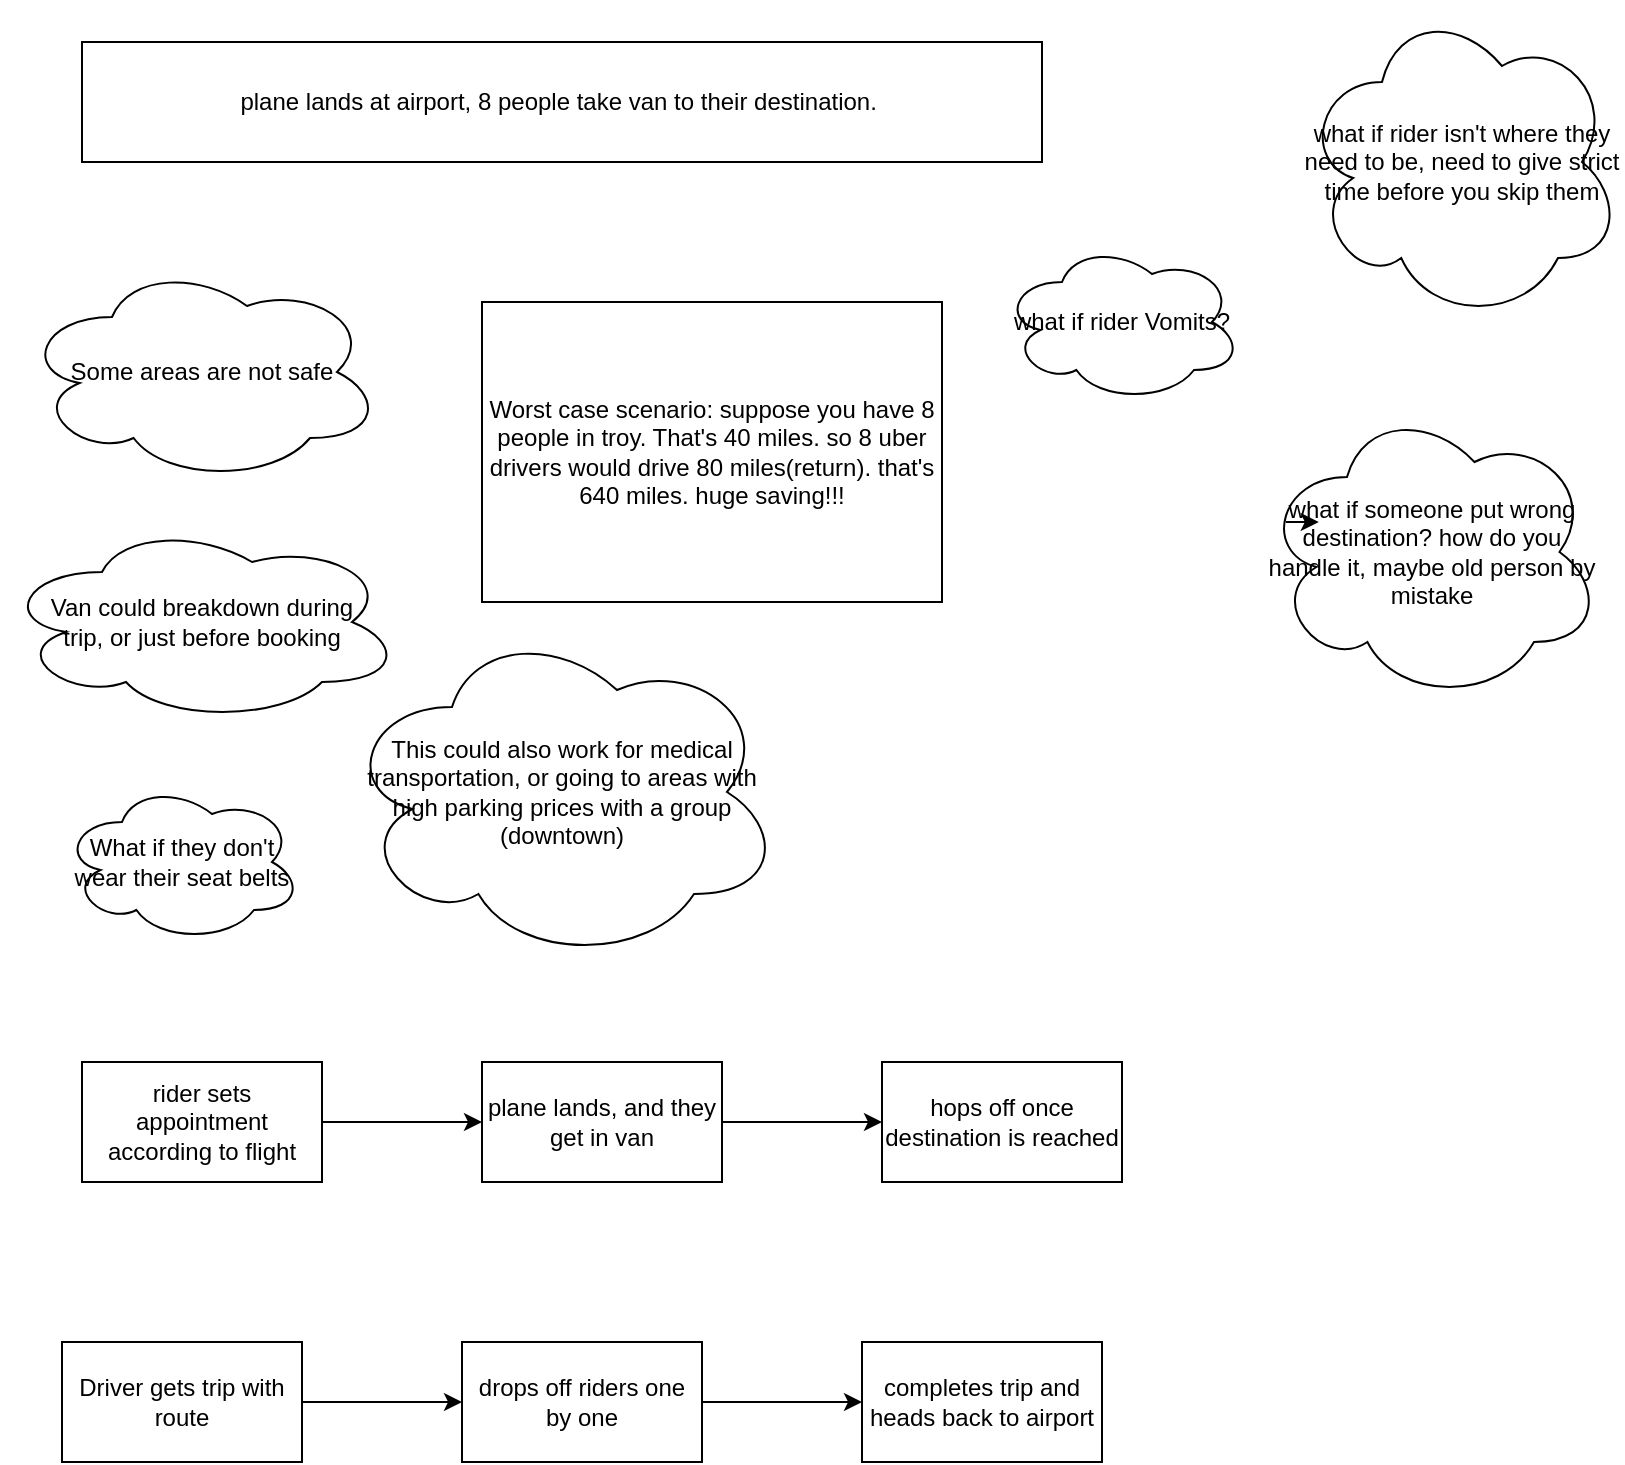
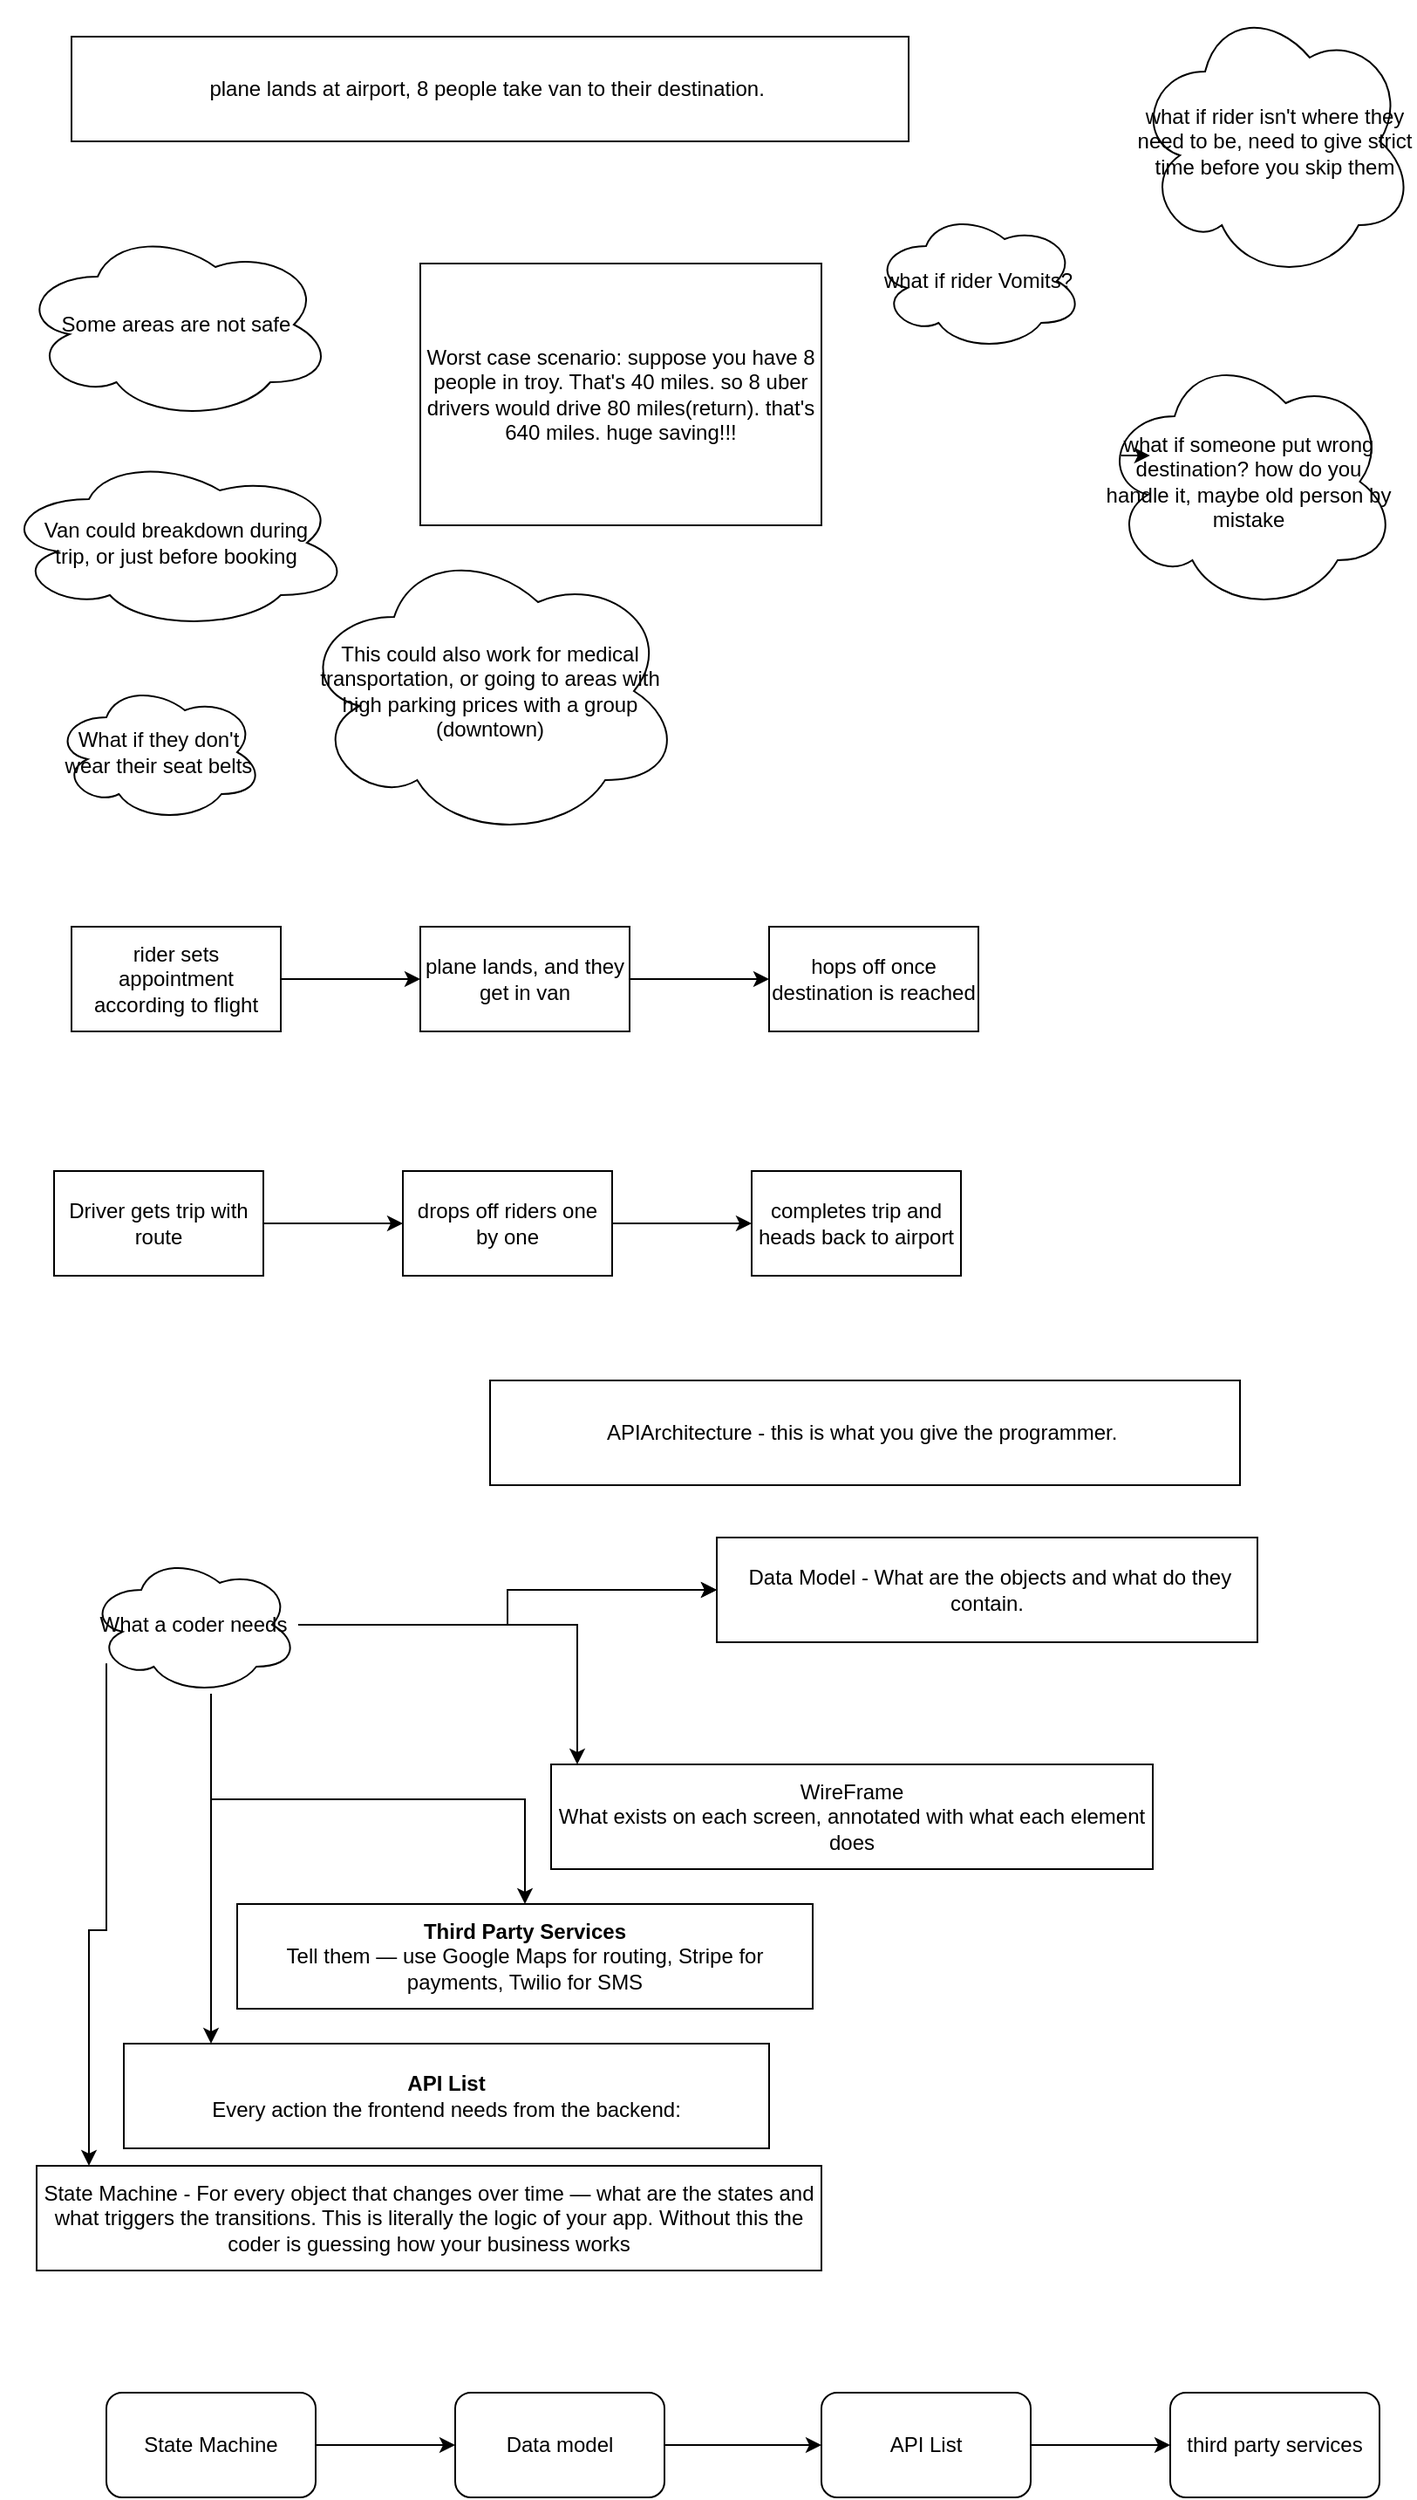
<mxfile host="app.diagrams.net">
  <diagram name="Page-1" id="dwn49BAO_7Qt1j4vyHa_">
-     <mxGraphModel dx="1022" dy="660" grid="1" gridSize="10" guides="1" tooltips="1" connect="1" arrows="1" fold="1" page="1" pageScale="1" pageWidth="850" pageHeight="1100" math="0" shadow="0">
+     <mxGraphModel dx="1233" dy="744" grid="1" gridSize="10" guides="1" tooltips="1" connect="1" arrows="1" fold="1" page="1" pageScale="1" pageWidth="850" pageHeight="1100" math="0" shadow="0">
      <root>
        <mxCell id="0" />
        <mxCell id="1" parent="0" />
        <mxCell id="ZXmLye4WYz5JW6THN3N--2" parent="1" style="rounded=0;whiteSpace=wrap;html=1;" value="plane lands at airport, 8 people take van to their destination.&amp;nbsp;" vertex="1">
          <mxGeometry height="60" width="480" x="60" y="60" as="geometry" />
        </mxCell>
        <mxCell id="ZXmLye4WYz5JW6THN3N--3" parent="1" style="ellipse;shape=cloud;whiteSpace=wrap;html=1;" value="Some areas are not safe" vertex="1">
          <mxGeometry height="110" width="180" x="30" y="170" as="geometry" />
        </mxCell>
        <mxCell id="ZXmLye4WYz5JW6THN3N--5" parent="1" style="rounded=0;whiteSpace=wrap;html=1;" value="&lt;div&gt;Worst case scenario: suppose you have 8 people in troy. That&#39;s 40 miles. so 8 uber drivers would drive 80 miles(return). that&#39;s 640 miles. huge saving!!!&lt;/div&gt;" vertex="1">
          <mxGeometry height="150" width="230" x="260" y="190" as="geometry" />
        </mxCell>
        <mxCell id="3V9UZf0SNv3yNVWR_qLZ-3" parent="1" style="ellipse;shape=cloud;whiteSpace=wrap;html=1;" value="Van could breakdown during&lt;br&gt;trip, or just before booking" vertex="1">
          <mxGeometry height="100" width="200" x="20" y="300" as="geometry" />
        </mxCell>
        <mxCell id="3V9UZf0SNv3yNVWR_qLZ-4" parent="1" style="ellipse;shape=cloud;whiteSpace=wrap;html=1;" value="&lt;div&gt;what if rider Vomits?&lt;/div&gt;" vertex="1">
          <mxGeometry height="80" width="120" x="520" y="160" as="geometry" />
        </mxCell>
        <mxCell id="3V9UZf0SNv3yNVWR_qLZ-5" parent="1" style="ellipse;shape=cloud;whiteSpace=wrap;html=1;" value="&lt;div&gt;what if rider isn&#39;t where they need to be, need to give strict time before you skip them&lt;/div&gt;" vertex="1">
          <mxGeometry height="160" width="160" x="670" y="40" as="geometry" />
        </mxCell>
        <mxCell id="3V9UZf0SNv3yNVWR_qLZ-6" parent="1" style="ellipse;shape=cloud;whiteSpace=wrap;html=1;" value="&lt;div&gt;what if someone put wrong destination? how do you handle it, maybe old person by mistake&lt;/div&gt;" vertex="1">
          <mxGeometry height="150" width="170" x="650" y="240" as="geometry" />
        </mxCell>
        <mxCell id="3V9UZf0SNv3yNVWR_qLZ-7" edge="1" parent="1" source="3V9UZf0SNv3yNVWR_qLZ-6" style="edgeStyle=orthogonalEdgeStyle;rounded=0;orthogonalLoop=1;jettySize=auto;html=1;exitX=0.07;exitY=0.4;exitDx=0;exitDy=0;exitPerimeter=0;entryX=0.167;entryY=0.4;entryDx=0;entryDy=0;entryPerimeter=0;" target="3V9UZf0SNv3yNVWR_qLZ-6">
          <mxGeometry relative="1" as="geometry" />
        </mxCell>
        <mxCell id="3V9UZf0SNv3yNVWR_qLZ-8" parent="1" style="ellipse;shape=cloud;whiteSpace=wrap;html=1;" value="&lt;div&gt;What if they don&#39;t wear their seat belts&lt;/div&gt;" vertex="1">
          <mxGeometry height="80" width="120" x="50" y="430" as="geometry" />
        </mxCell>
        <mxCell id="fz-o9FOIOGUbKM3HRnTC-3" edge="1" parent="1" source="fz-o9FOIOGUbKM3HRnTC-1" style="edgeStyle=orthogonalEdgeStyle;rounded=0;orthogonalLoop=1;jettySize=auto;html=1;" target="fz-o9FOIOGUbKM3HRnTC-2" value="">
          <mxGeometry relative="1" as="geometry" />
        </mxCell>
        <mxCell id="fz-o9FOIOGUbKM3HRnTC-1" parent="1" style="rounded=0;whiteSpace=wrap;html=1;" value="rider sets appointment according to flight" vertex="1">
          <mxGeometry height="60" width="120" x="60" y="570" as="geometry" />
        </mxCell>
        <mxCell id="fz-o9FOIOGUbKM3HRnTC-5" edge="1" parent="1" source="fz-o9FOIOGUbKM3HRnTC-2" style="edgeStyle=orthogonalEdgeStyle;rounded=0;orthogonalLoop=1;jettySize=auto;html=1;" target="fz-o9FOIOGUbKM3HRnTC-4" value="">
          <mxGeometry relative="1" as="geometry" />
        </mxCell>
        <mxCell id="fz-o9FOIOGUbKM3HRnTC-2" parent="1" style="whiteSpace=wrap;html=1;rounded=0;" value="plane lands, and they get in van" vertex="1">
          <mxGeometry height="60" width="120" x="260" y="570" as="geometry" />
        </mxCell>
        <mxCell id="fz-o9FOIOGUbKM3HRnTC-4" parent="1" style="whiteSpace=wrap;html=1;rounded=0;" value="hops off once destination is reached" vertex="1">
          <mxGeometry height="60" width="120" x="460" y="570" as="geometry" />
        </mxCell>
        <mxCell id="fz-o9FOIOGUbKM3HRnTC-8" edge="1" parent="1" source="fz-o9FOIOGUbKM3HRnTC-6" style="edgeStyle=orthogonalEdgeStyle;rounded=0;orthogonalLoop=1;jettySize=auto;html=1;" target="fz-o9FOIOGUbKM3HRnTC-7" value="">
          <mxGeometry relative="1" as="geometry" />
        </mxCell>
        <mxCell id="fz-o9FOIOGUbKM3HRnTC-6" parent="1" style="rounded=0;whiteSpace=wrap;html=1;" value="Driver gets trip with route" vertex="1">
          <mxGeometry height="60" width="120" x="50" y="710" as="geometry" />
        </mxCell>
        <mxCell id="fz-o9FOIOGUbKM3HRnTC-10" edge="1" parent="1" source="fz-o9FOIOGUbKM3HRnTC-7" style="edgeStyle=orthogonalEdgeStyle;rounded=0;orthogonalLoop=1;jettySize=auto;html=1;" target="fz-o9FOIOGUbKM3HRnTC-9" value="">
          <mxGeometry relative="1" as="geometry" />
        </mxCell>
        <mxCell id="fz-o9FOIOGUbKM3HRnTC-7" parent="1" style="whiteSpace=wrap;html=1;rounded=0;" value="drops off riders one by one" vertex="1">
          <mxGeometry height="60" width="120" x="250" y="710" as="geometry" />
        </mxCell>
        <mxCell id="fz-o9FOIOGUbKM3HRnTC-9" parent="1" style="whiteSpace=wrap;html=1;rounded=0;" value="completes trip and heads back to airport" vertex="1">
          <mxGeometry height="60" width="120" x="450" y="710" as="geometry" />
        </mxCell>
        <mxCell id="fz-o9FOIOGUbKM3HRnTC-11" parent="1" style="ellipse;shape=cloud;whiteSpace=wrap;html=1;" value="This could also work for medical transportation, or going to areas with high parking prices with a group (downtown)" vertex="1">
          <mxGeometry height="170" width="220" x="190" y="350" as="geometry" />
        </mxCell>
+         <mxCell id="I4pVvb7a1eDd4WhZ5GpQ-1" parent="1" style="rounded=0;whiteSpace=wrap;html=1;" value="APIArchitecture - this is what you give the programmer.&amp;nbsp;" vertex="1">
+           <mxGeometry height="60" width="430" x="300" y="830" as="geometry" />
+         </mxCell>
+         <mxCell id="I4pVvb7a1eDd4WhZ5GpQ-2" edge="1" parent="1" source="I4pVvb7a1eDd4WhZ5GpQ-8" style="edgeStyle=orthogonalEdgeStyle;rounded=0;orthogonalLoop=1;jettySize=auto;html=1;" target="I4pVvb7a1eDd4WhZ5GpQ-9" value="">
+           <mxGeometry relative="1" as="geometry" />
+         </mxCell>
+         <mxCell id="I4pVvb7a1eDd4WhZ5GpQ-3" edge="1" parent="1" source="I4pVvb7a1eDd4WhZ5GpQ-8" style="edgeStyle=orthogonalEdgeStyle;rounded=0;orthogonalLoop=1;jettySize=auto;html=1;" target="I4pVvb7a1eDd4WhZ5GpQ-9" value="">
+           <mxGeometry relative="1" as="geometry" />
+         </mxCell>
+         <mxCell id="I4pVvb7a1eDd4WhZ5GpQ-4" edge="1" parent="1" source="I4pVvb7a1eDd4WhZ5GpQ-8" style="edgeStyle=orthogonalEdgeStyle;rounded=0;orthogonalLoop=1;jettySize=auto;html=1;" target="I4pVvb7a1eDd4WhZ5GpQ-10" value="">
+           <mxGeometry relative="1" as="geometry">
+             <Array as="points">
+               <mxPoint x="80" y="1145" />
+               <mxPoint x="70" y="1145" />
+             </Array>
+           </mxGeometry>
+         </mxCell>
+         <mxCell id="I4pVvb7a1eDd4WhZ5GpQ-5" edge="1" parent="1" source="I4pVvb7a1eDd4WhZ5GpQ-8" style="edgeStyle=orthogonalEdgeStyle;rounded=0;orthogonalLoop=1;jettySize=auto;html=1;" target="I4pVvb7a1eDd4WhZ5GpQ-11" value="">
+           <mxGeometry relative="1" as="geometry">
+             <Array as="points">
+               <mxPoint x="140" y="1160" />
+               <mxPoint x="140" y="1160" />
+             </Array>
+           </mxGeometry>
+         </mxCell>
+         <mxCell id="I4pVvb7a1eDd4WhZ5GpQ-6" edge="1" parent="1" source="I4pVvb7a1eDd4WhZ5GpQ-8" style="edgeStyle=orthogonalEdgeStyle;rounded=0;orthogonalLoop=1;jettySize=auto;html=1;" target="I4pVvb7a1eDd4WhZ5GpQ-12" value="">
+           <mxGeometry relative="1" as="geometry">
+             <Array as="points">
+               <mxPoint x="140" y="1070" />
+               <mxPoint x="320" y="1070" />
+             </Array>
+           </mxGeometry>
+         </mxCell>
+         <mxCell id="I4pVvb7a1eDd4WhZ5GpQ-7" edge="1" parent="1" source="I4pVvb7a1eDd4WhZ5GpQ-8" style="edgeStyle=orthogonalEdgeStyle;rounded=0;orthogonalLoop=1;jettySize=auto;html=1;" target="I4pVvb7a1eDd4WhZ5GpQ-13" value="">
+           <mxGeometry relative="1" as="geometry">
+             <Array as="points">
+               <mxPoint x="350" y="970" />
+             </Array>
+           </mxGeometry>
+         </mxCell>
+         <mxCell id="I4pVvb7a1eDd4WhZ5GpQ-8" parent="1" style="ellipse;shape=cloud;whiteSpace=wrap;html=1;" value="What a coder needs" vertex="1">
+           <mxGeometry height="80" width="120" x="70" y="930" as="geometry" />
+         </mxCell>
+         <mxCell id="I4pVvb7a1eDd4WhZ5GpQ-9" parent="1" style="whiteSpace=wrap;html=1;" value="&amp;nbsp;Data Model - What are the objects and what do they contain." vertex="1">
+           <mxGeometry height="60" width="310" x="430" y="920" as="geometry" />
+         </mxCell>
+         <mxCell id="I4pVvb7a1eDd4WhZ5GpQ-10" parent="1" style="whiteSpace=wrap;html=1;" value="State Machine -&amp;nbsp;For every object that changes over time — what are the states and what triggers the transitions. This is literally the logic of your app. Without this the coder is guessing how your business works" vertex="1">
+           <mxGeometry height="60" width="450" x="40" y="1280" as="geometry" />
+         </mxCell>
+         <mxCell id="I4pVvb7a1eDd4WhZ5GpQ-11" parent="1" style="whiteSpace=wrap;html=1;" value="&lt;strong&gt;API List&lt;/strong&gt;&lt;br/&gt;Every action the frontend needs from the backend:" vertex="1">
+           <mxGeometry height="60" width="370" x="90" y="1210" as="geometry" />
+         </mxCell>
+         <mxCell id="I4pVvb7a1eDd4WhZ5GpQ-12" parent="1" style="whiteSpace=wrap;html=1;" value="&lt;strong&gt;Third Party Services&lt;/strong&gt;&lt;br/&gt;Tell them — use Google Maps for routing, Stripe for payments, Twilio for SMS" vertex="1">
+           <mxGeometry height="60" width="330" x="155" y="1130" as="geometry" />
+         </mxCell>
+         <mxCell id="I4pVvb7a1eDd4WhZ5GpQ-13" parent="1" style="whiteSpace=wrap;html=1;" value="WireFrame&lt;div&gt;What exists on each screen, annotated with what each element does&lt;/div&gt;" vertex="1">
+           <mxGeometry height="60" width="345" x="335" y="1050" as="geometry" />
+         </mxCell>
+         <mxCell id="I4pVvb7a1eDd4WhZ5GpQ-14" edge="1" parent="1" source="I4pVvb7a1eDd4WhZ5GpQ-15" style="edgeStyle=orthogonalEdgeStyle;rounded=0;orthogonalLoop=1;jettySize=auto;html=1;" target="I4pVvb7a1eDd4WhZ5GpQ-17" value="">
+           <mxGeometry relative="1" as="geometry" />
+         </mxCell>
+         <mxCell id="I4pVvb7a1eDd4WhZ5GpQ-15" parent="1" style="rounded=1;whiteSpace=wrap;html=1;" value="State Machine" vertex="1">
+           <mxGeometry height="60" width="120" x="80" y="1410" as="geometry" />
+         </mxCell>
+         <mxCell id="I4pVvb7a1eDd4WhZ5GpQ-16" edge="1" parent="1" source="I4pVvb7a1eDd4WhZ5GpQ-17" style="edgeStyle=orthogonalEdgeStyle;rounded=0;orthogonalLoop=1;jettySize=auto;html=1;" target="I4pVvb7a1eDd4WhZ5GpQ-19" value="">
+           <mxGeometry relative="1" as="geometry" />
+         </mxCell>
+         <mxCell id="I4pVvb7a1eDd4WhZ5GpQ-17" parent="1" style="rounded=1;whiteSpace=wrap;html=1;" value="Data model" vertex="1">
+           <mxGeometry height="60" width="120" x="280" y="1410" as="geometry" />
+         </mxCell>
+         <mxCell id="I4pVvb7a1eDd4WhZ5GpQ-18" edge="1" parent="1" source="I4pVvb7a1eDd4WhZ5GpQ-19" style="edgeStyle=orthogonalEdgeStyle;rounded=0;orthogonalLoop=1;jettySize=auto;html=1;" target="I4pVvb7a1eDd4WhZ5GpQ-20" value="">
+           <mxGeometry relative="1" as="geometry" />
+         </mxCell>
+         <mxCell id="I4pVvb7a1eDd4WhZ5GpQ-19" parent="1" style="rounded=1;whiteSpace=wrap;html=1;" value="API List" vertex="1">
+           <mxGeometry height="60" width="120" x="490" y="1410" as="geometry" />
+         </mxCell>
+         <mxCell id="I4pVvb7a1eDd4WhZ5GpQ-20" parent="1" style="rounded=1;whiteSpace=wrap;html=1;" value="third party services" vertex="1">
+           <mxGeometry height="60" width="120" x="690" y="1410" as="geometry" />
+         </mxCell>
      </root>
    </mxGraphModel>
  </diagram>
</mxfile>
